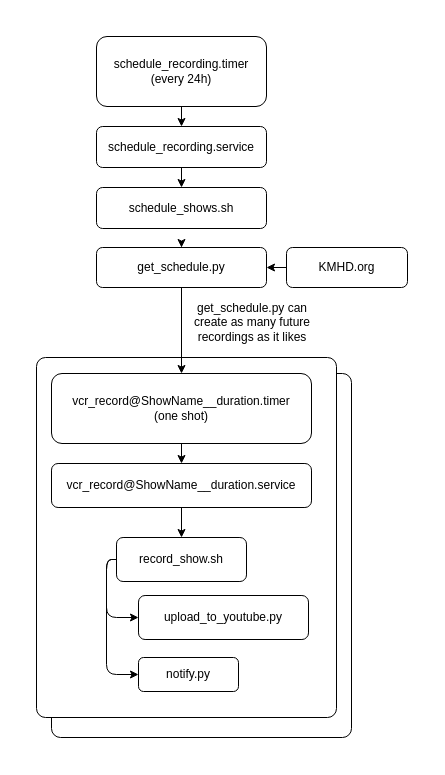
Before: doc/diagram.drawio in jonmon6691/radio_vcr, a draw.io diagram. Source tidied: cells renumbered, new cells numbered last; positions are measured from the earlier drawing's top-left corner, leaving out a move shared by most shapes. Both pictures are drawn from the tidied source at 100%, with x=0, y=0 at pixel (36, 36).
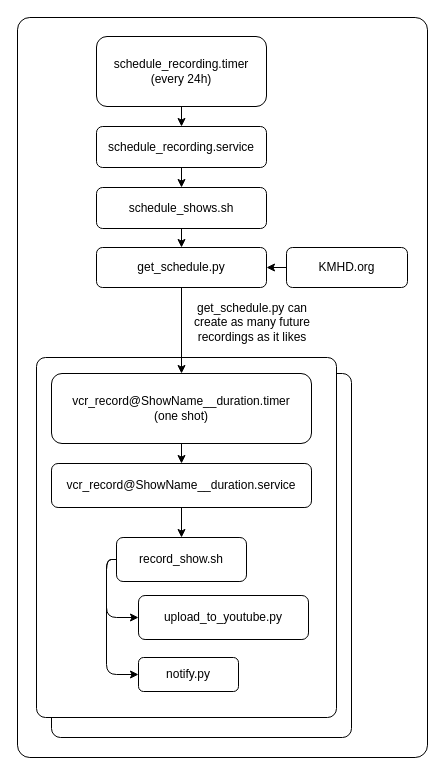
After the change.

Unchanged cells that the change refers to:
```xml
<mxCell id="9" value="schedule_shows.sh" style="rounded=1;whiteSpace=wrap;html=1;" parent="1" vertex="1">
  <mxGeometry x="60" y="151" width="170" height="41" as="geometry" />
</mxCell>
<mxCell id="11" value="get_schedule.py" style="rounded=1;whiteSpace=wrap;html=1;" parent="1" vertex="1">
  <mxGeometry x="60" y="211" width="170" height="40" as="geometry" />
</mxCell>
```

Diff of the diagram source:
```diff
@@
+    <mxCell id="24" style="rounded=1;whiteSpace=wrap;html=1;arcSize=3;" parent="1" vertex="1">
+      <mxGeometry x="-19" y="-19" width="410" height="740" as="geometry" />
+    </mxCell>
@@
-    <mxCell id="8" style="edgeStyle=orthogonalEdgeStyle;html=1;exitX=0.5;exitY=1;exitDx=0;exitDy=0;entryX=0.5;entryY=0;entryDx=0;entryDy=0;" parent="1" edge="1" target="11">
-      <mxGeometry relative="1" as="geometry">
-        <mxPoint x="145" y="210" as="sourcePoint" />
-      </mxGeometry>
+    <mxCell id="8" style="edgeStyle=orthogonalEdgeStyle;html=1;exitX=0.5;exitY=1;exitDx=0;exitDy=0;entryX=0.5;entryY=0;entryDx=0;entryDy=0;" parent="1" edge="1" source="9" target="11">
+      <mxGeometry relative="1" as="geometry" />
     </mxCell>
```
